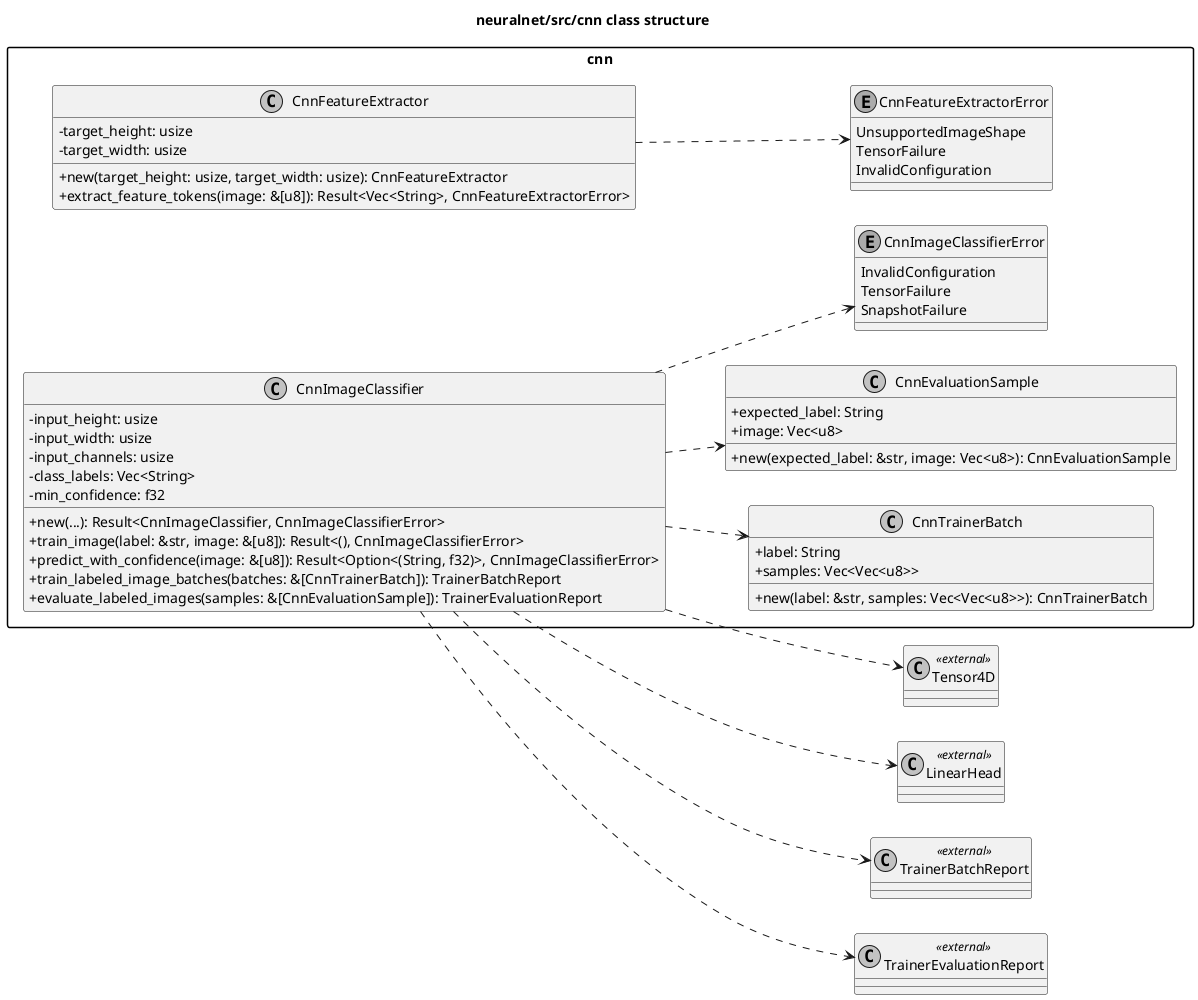
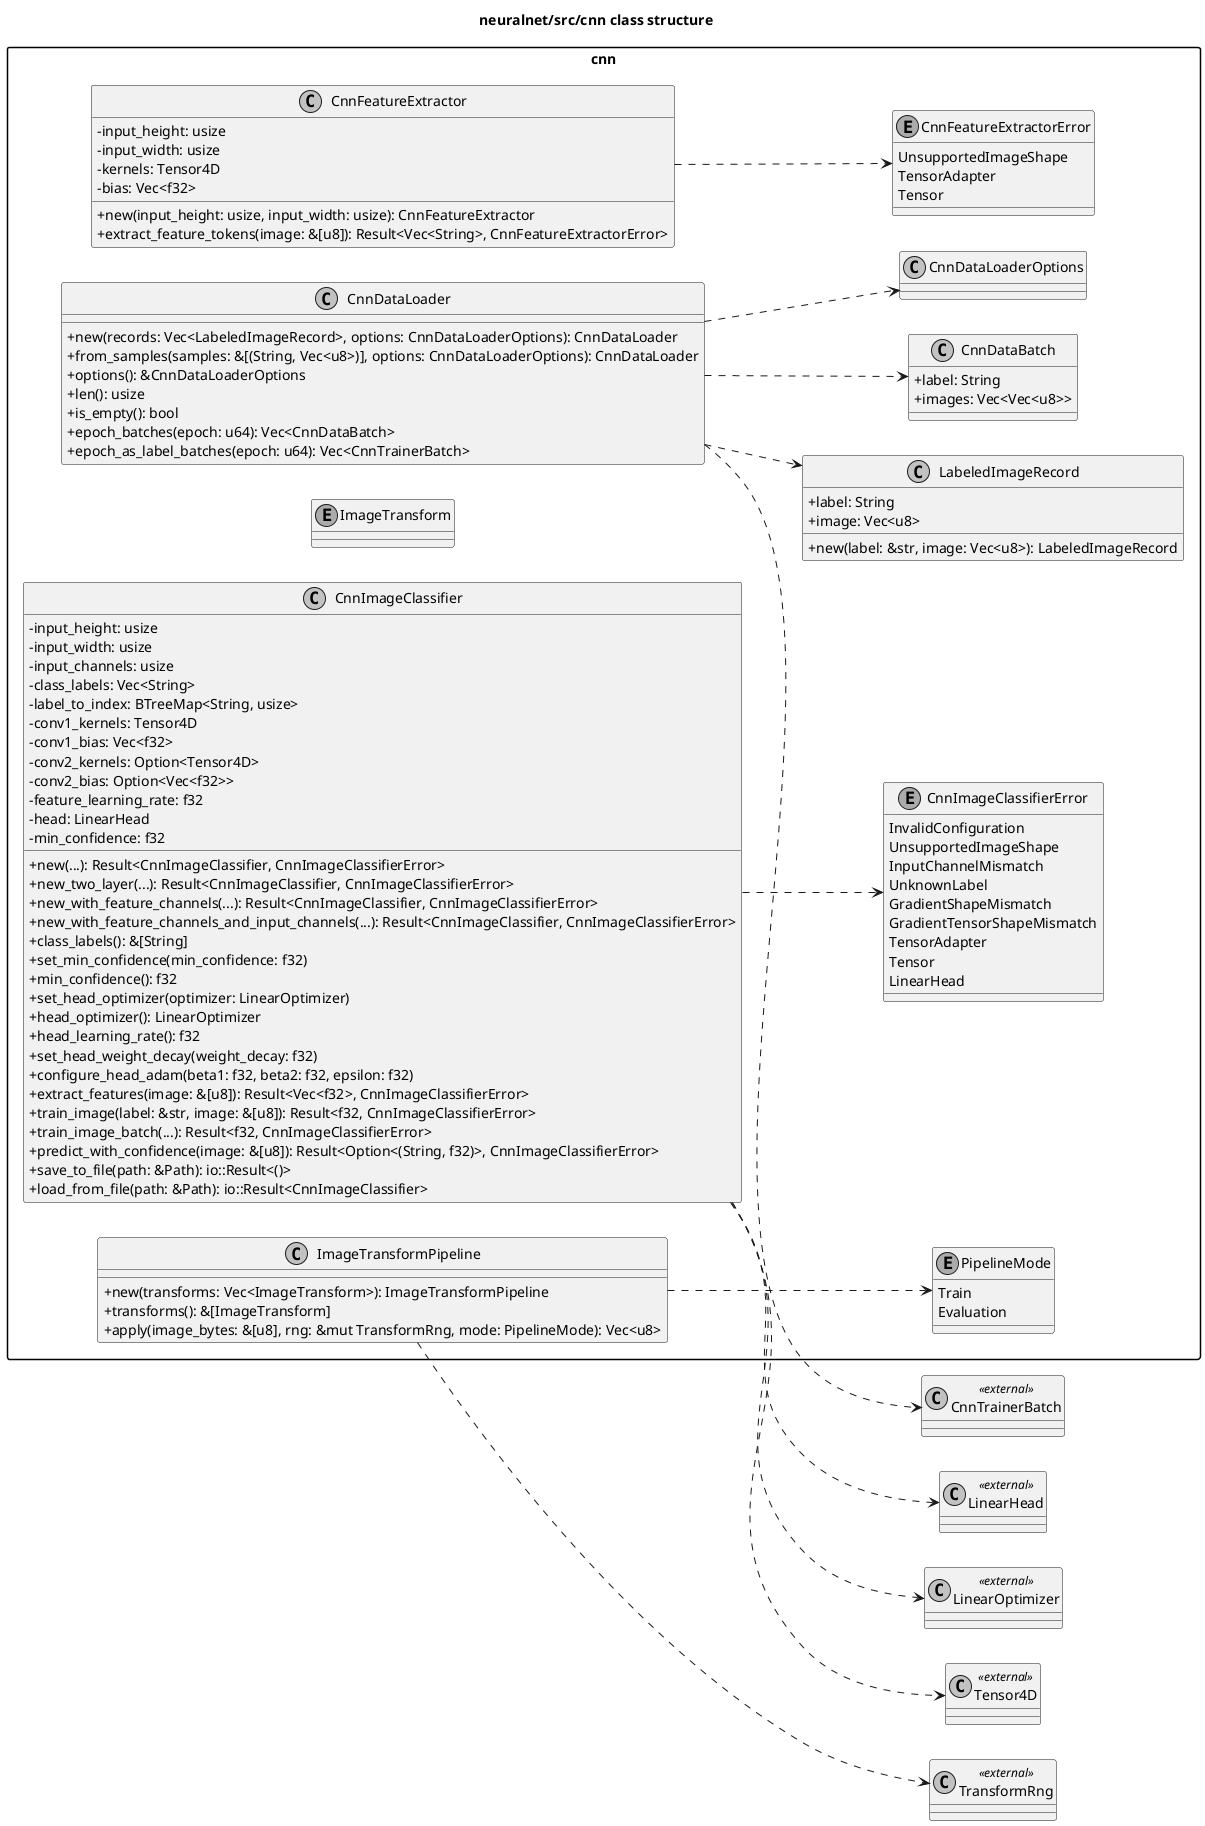
@startuml
left to right direction
skinparam packageStyle rectangle
skinparam shadowing false
skinparam monochrome true
skinparam classAttributeIconSize 0

title neuralnet/src/cnn class structure

package "cnn" {
  enum CnnImageClassifierError {
    InvalidConfiguration
-     TensorFailure
-     SnapshotFailure
+     UnsupportedImageShape
+     InputChannelMismatch
+     UnknownLabel
+     GradientShapeMismatch
+     GradientTensorShapeMismatch
+     TensorAdapter
+     Tensor
+     LinearHead
  }

  enum CnnFeatureExtractorError {
    UnsupportedImageShape
-     TensorFailure
-     InvalidConfiguration
+     TensorAdapter
+     Tensor
  }

  class CnnImageClassifier {
    - input_height: usize
    - input_width: usize
    - input_channels: usize
    - class_labels: Vec<String>
+     - label_to_index: BTreeMap<String, usize>
+     - conv1_kernels: Tensor4D
+     - conv1_bias: Vec<f32>
+     - conv2_kernels: Option<Tensor4D>
+     - conv2_bias: Option<Vec<f32>>
+     - feature_learning_rate: f32
+     - head: LinearHead
    - min_confidence: f32
    + new(...): Result<CnnImageClassifier, CnnImageClassifierError>
-     + train_image(label: &str, image: &[u8]): Result<(), CnnImageClassifierError>
+     + new_two_layer(...): Result<CnnImageClassifier, CnnImageClassifierError>
+     + new_with_feature_channels(...): Result<CnnImageClassifier, CnnImageClassifierError>
+     + new_with_feature_channels_and_input_channels(...): Result<CnnImageClassifier, CnnImageClassifierError>
+     + class_labels(): &[String]
+     + set_min_confidence(min_confidence: f32)
+     + min_confidence(): f32
+     + set_head_optimizer(optimizer: LinearOptimizer)
+     + head_optimizer(): LinearOptimizer
+     + head_learning_rate(): f32
+     + set_head_weight_decay(weight_decay: f32)
+     + configure_head_adam(beta1: f32, beta2: f32, epsilon: f32)
+     + extract_features(image: &[u8]): Result<Vec<f32>, CnnImageClassifierError>
+     + train_image(label: &str, image: &[u8]): Result<f32, CnnImageClassifierError>
+     + train_image_batch(...): Result<f32, CnnImageClassifierError>
    + predict_with_confidence(image: &[u8]): Result<Option<(String, f32)>, CnnImageClassifierError>
-     + train_labeled_image_batches(batches: &[CnnTrainerBatch]): TrainerBatchReport
-     + evaluate_labeled_images(samples: &[CnnEvaluationSample]): TrainerEvaluationReport
+     + save_to_file(path: &Path): io::Result<()>
+     + load_from_file(path: &Path): io::Result<CnnImageClassifier>
  }

  class CnnFeatureExtractor {
-     - target_height: usize
-     - target_width: usize
-     + new(target_height: usize, target_width: usize): CnnFeatureExtractor
+     - input_height: usize
+     - input_width: usize
+     - kernels: Tensor4D
+     - bias: Vec<f32>
+     + new(input_height: usize, input_width: usize): CnnFeatureExtractor
    + extract_feature_tokens(image: &[u8]): Result<Vec<String>, CnnFeatureExtractorError>
  }

-   class CnnTrainerBatch {
-     + label: String
-     + samples: Vec<Vec<u8>>
-     + new(label: &str, samples: Vec<Vec<u8>>): CnnTrainerBatch
+   enum PipelineMode {
+     Train
+     Evaluation
  }

-   class CnnEvaluationSample {
-     + expected_label: String
+   enum ImageTransform
+ 
+   class ImageTransformPipeline {
+     + new(transforms: Vec<ImageTransform>): ImageTransformPipeline
+     + transforms(): &[ImageTransform]
+     + apply(image_bytes: &[u8], rng: &mut TransformRng, mode: PipelineMode): Vec<u8>
+   }
+ 
+   class LabeledImageRecord {
+     + label: String
    + image: Vec<u8>
-     + new(expected_label: &str, image: Vec<u8>): CnnEvaluationSample
+     + new(label: &str, image: Vec<u8>): LabeledImageRecord
+   }
+ 
+   class CnnDataBatch {
+     + label: String
+     + images: Vec<Vec<u8>>
+   }
+ 
+   class CnnDataLoaderOptions
+ 
+   class CnnDataLoader {
+     + new(records: Vec<LabeledImageRecord>, options: CnnDataLoaderOptions): CnnDataLoader
+     + from_samples(samples: &[(String, Vec<u8>)], options: CnnDataLoaderOptions): CnnDataLoader
+     + options(): &CnnDataLoaderOptions
+     + len(): usize
+     + is_empty(): bool
+     + epoch_batches(epoch: u64): Vec<CnnDataBatch>
+     + epoch_as_label_batches(epoch: u64): Vec<CnnTrainerBatch>
  }
}

class Tensor4D <<external>>
class LinearHead <<external>>
- class TrainerBatchReport <<external>>
- class TrainerEvaluationReport <<external>>
+ class LinearOptimizer <<external>>
+ class TransformRng <<external>>
+ class CnnTrainerBatch <<external>>

CnnImageClassifier ..> CnnImageClassifierError
CnnFeatureExtractor ..> CnnFeatureExtractorError

CnnImageClassifier ..> Tensor4D
CnnImageClassifier ..> LinearHead
- CnnImageClassifier ..> CnnTrainerBatch
- CnnImageClassifier ..> CnnEvaluationSample
- CnnImageClassifier ..> TrainerBatchReport
- CnnImageClassifier ..> TrainerEvaluationReport
+ CnnImageClassifier ..> LinearOptimizer
+ ImageTransformPipeline ..> PipelineMode
+ ImageTransformPipeline ..> TransformRng
+ CnnDataLoader ..> LabeledImageRecord
+ CnnDataLoader ..> CnnDataLoaderOptions
+ CnnDataLoader ..> CnnDataBatch
+ CnnDataLoader ..> CnnTrainerBatch
@enduml